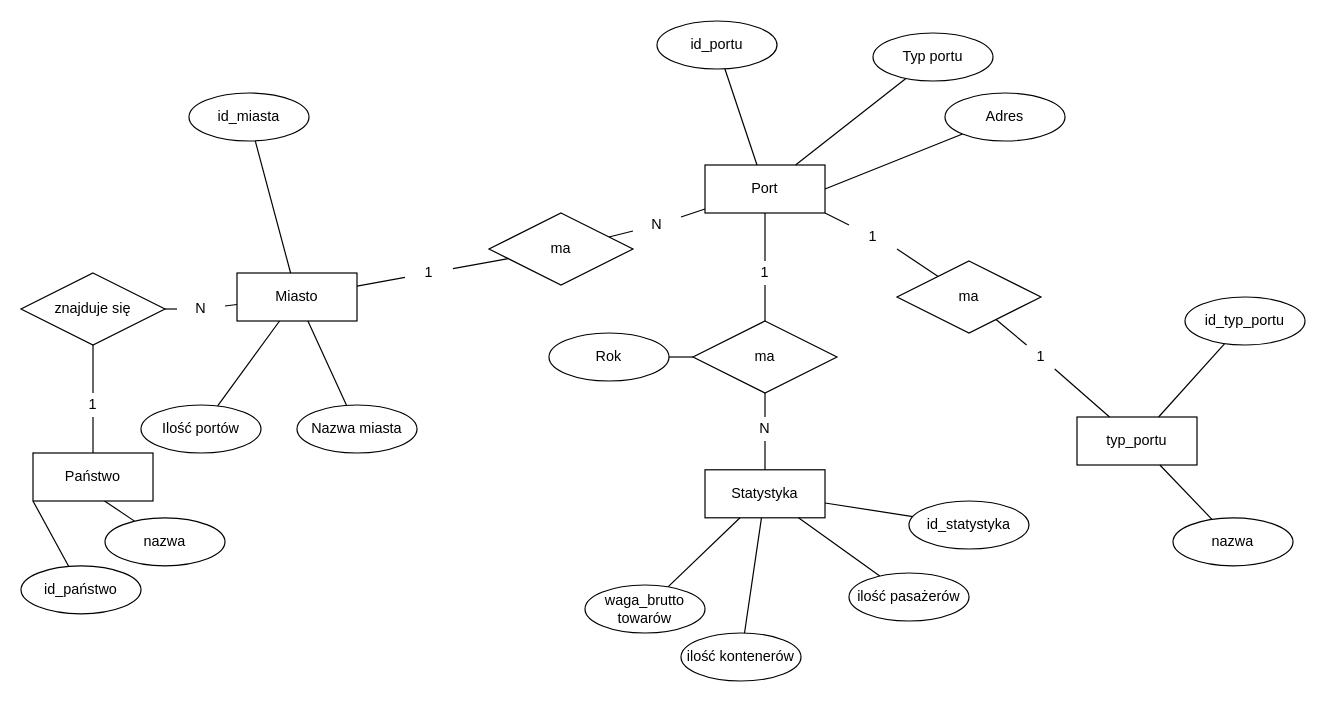
Above: portyv2.drawio in finalkiwii/databases-umbrellas (draw.io), before the change. Source tidied: cells renumbered, new cells numbered last; positions are measured from the earlier drawing's top-left corner, leaving out a move shared by most shapes. Both pictures are drawn from the tidied source at 120%, with x=0, y=0 at pixel (20, 20).
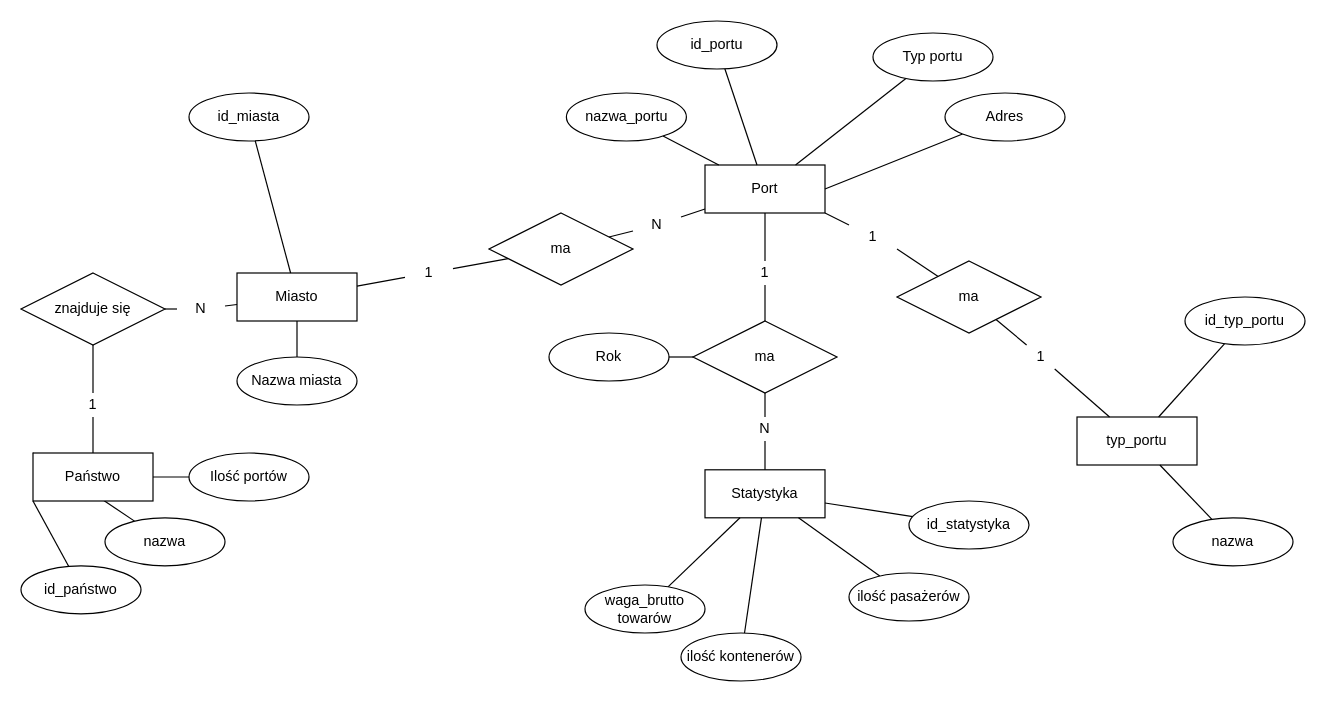
The same diagram, later.

Unchanged cells that the change refers to:
```xml
<mxCell id="2" value="Miasto" style="whiteSpace=wrap;html=1;align=center;" parent="1" vertex="1">
  <mxGeometry x="180" y="210" width="100" height="40" as="geometry" />
</mxCell>
<mxCell id="7" value="Port" style="whiteSpace=wrap;html=1;align=center;" parent="1" vertex="1">
  <mxGeometry x="570" y="120" width="100" height="40" as="geometry" />
</mxCell>
<mxCell id="49" value="Państwo" style="whiteSpace=wrap;html=1;align=center;" parent="1" vertex="1">
  <mxGeometry x="10" y="360" width="100" height="40" as="geometry" />
</mxCell>
```

Change to the diagram source:
```diff
@@
-    <mxCell id="5" style="rounded=0;jettySize=auto;html=1;endArrow=none;endFill=0;" parent="1" edge="1" source="6" target="2">
+    <mxCell id="5" style="rounded=0;jettySize=auto;html=1;endArrow=none;endFill=0;entryX=1;entryY=0.5;entryDx=0;entryDy=0;" parent="1" edge="1" source="6" target="49">
       <mxGeometry relative="1" as="geometry" />
     </mxCell>
     <mxCell id="6" value="Ilość portów" style="ellipse;whiteSpace=wrap;html=1;align=center;" parent="1" vertex="1">
-      <mxGeometry x="100" y="320" width="100" height="40" as="geometry" />
+      <mxGeometry x="140" y="360" width="100" height="40" as="geometry" />
     </mxCell>
@@
     <mxCell id="18" value="Nazwa miasta" style="ellipse;whiteSpace=wrap;html=1;align=center;" parent="1" vertex="1">
-      <mxGeometry x="230" y="320" width="100" height="40" as="geometry" />
+      <mxGeometry x="180" y="280" width="100" height="40" as="geometry" />
     </mxCell>
@@
+    <mxCell id="67" style="rounded=0;jettySize=auto;html=1;endArrow=none;endFill=0;" parent="1" edge="1" source="68" target="7">
+      <mxGeometry relative="1" as="geometry" />
+    </mxCell>
+    <mxCell id="68" value="nazwa_portu" style="ellipse;whiteSpace=wrap;html=1;align=center;" parent="1" vertex="1">
+      <mxGeometry x="454.5" y="60" width="100" height="40" as="geometry" />
+    </mxCell>
```
